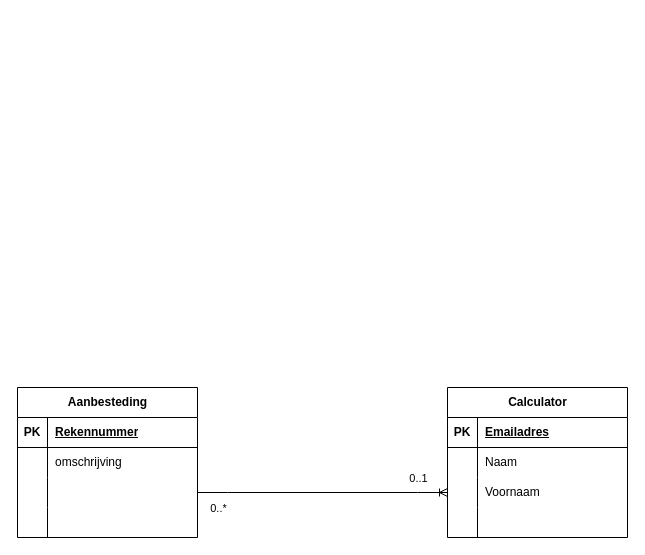
Earlier version of the draw.io diagram DatabaseAanbesteding.drawio (BartBroux/BartBroux). Source tidied: cells renumbered, new cells numbered last; positions are measured from the earlier drawing's top-left corner, leaving out a move shared by most shapes. Both pictures are drawn from the tidied source at 100%, with x=0, y=0 at pixel (17, 387).
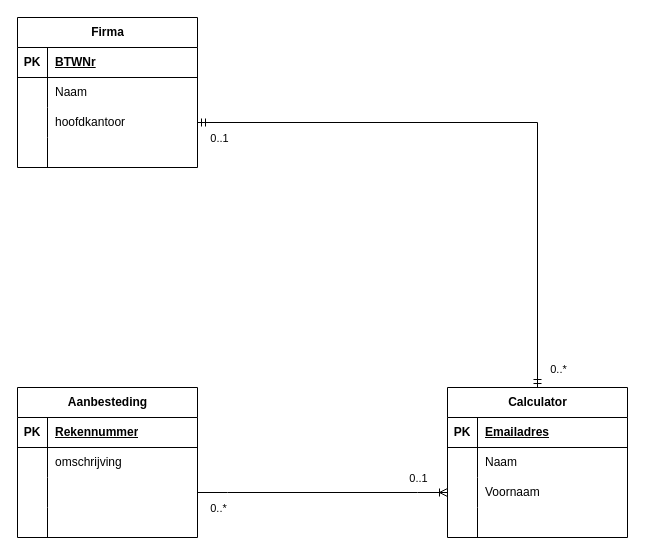
After the change.

Unchanged cells that the change refers to:
```xml
<mxCell id="15" value="Calculator" style="shape=table;startSize=30;childLayout=tableLayout;rowLines=0;fontStyle=1;align=center;html=1;" parent="1" vertex="1">
  <mxGeometry x="430" width="180" height="150" as="geometry" />
</mxCell>
```

Change to the diagram source:
```diff
@@
+    <mxCell id="31" value="Firma" style="shape=table;startSize=30;childLayout=tableLayout;rowLines=0;fontStyle=1;align=center;html=1;" parent="1" vertex="1">
+      <mxGeometry y="-370" width="180" height="150" as="geometry" />
+    </mxCell>
+    <mxCell id="32" style="shape=tableRow;horizontal=0;startSize=0;swimlaneHead=0;swimlaneBody=0;fillColor=none;top=0;left=0;right=0;bottom=1;" parent="31" vertex="1">
+      <mxGeometry y="30" width="180" height="30" as="geometry" />
+    </mxCell>
+    <mxCell id="33" value="PK" style="shape=partialRectangle;fillColor=none;top=0;left=0;bottom=0;right=0;fontStyle=1;overflow=hidden;whiteSpace=wrap;html=1;" parent="32" vertex="1">
+      <mxGeometry width="30" height="30" as="geometry" />
+    </mxCell>
+    <mxCell id="34" value="BTWNr" style="shape=partialRectangle;fillColor=none;top=0;left=0;bottom=0;right=0;align=left;spacingLeft=6;fontStyle=5;overflow=hidden;whiteSpace=wrap;html=1;" parent="32" vertex="1">
+      <mxGeometry x="30" width="150" height="30" as="geometry" />
+    </mxCell>
+    <mxCell id="35" style="shape=tableRow;horizontal=0;startSize=0;swimlaneHead=0;swimlaneBody=0;fillColor=none;top=0;left=0;right=0;bottom=0;" parent="31" vertex="1">
+      <mxGeometry y="60" width="180" height="30" as="geometry" />
+    </mxCell>
+    <mxCell id="36" style="shape=partialRectangle;fillColor=none;top=0;left=0;bottom=0;right=0;overflow=hidden;whiteSpace=wrap;html=1;" parent="35" vertex="1">
+      <mxGeometry width="30" height="30" as="geometry" />
+    </mxCell>
+    <mxCell id="37" value="Naam" style="shape=partialRectangle;fillColor=none;top=0;left=0;bottom=0;right=0;align=left;spacingLeft=6;overflow=hidden;whiteSpace=wrap;html=1;" parent="35" vertex="1">
+      <mxGeometry x="30" width="150" height="30" as="geometry" />
+    </mxCell>
+    <mxCell id="38" style="shape=tableRow;horizontal=0;startSize=0;swimlaneHead=0;swimlaneBody=0;fillColor=none;points=[[0,0.5],[1,0.5]];portConstraint=eastwest;top=0;left=0;right=0;bottom=0;" parent="31" vertex="1">
+      <mxGeometry y="90" width="180" height="30" as="geometry" />
+    </mxCell>
+    <mxCell id="39" style="shape=partialRectangle;fillColor=none;top=0;left=0;bottom=0;right=0;overflow=hidden;whiteSpace=wrap;html=1;" parent="38" vertex="1">
+      <mxGeometry width="30" height="30" as="geometry" />
+    </mxCell>
+    <mxCell id="40" value="hoofdkantoor" style="shape=partialRectangle;fillColor=none;top=0;left=0;bottom=0;right=0;align=left;spacingLeft=6;overflow=hidden;whiteSpace=wrap;html=1;" parent="38" vertex="1">
+      <mxGeometry x="30" width="150" height="30" as="geometry" />
+    </mxCell>
+    <mxCell id="41" style="shape=tableRow;horizontal=0;startSize=0;swimlaneHead=0;swimlaneBody=0;fillColor=none;top=0;left=0;right=0;bottom=0;" parent="31" vertex="1">
+      <mxGeometry y="120" width="180" height="30" as="geometry" />
+    </mxCell>
+    <mxCell id="42" style="shape=partialRectangle;fillColor=none;top=0;left=0;bottom=0;right=0;overflow=hidden;whiteSpace=wrap;html=1;" parent="41" vertex="1">
+      <mxGeometry width="30" height="30" as="geometry" />
+    </mxCell>
+    <mxCell id="43" style="shape=partialRectangle;fillColor=none;top=0;left=0;bottom=0;right=0;align=left;spacingLeft=6;overflow=hidden;whiteSpace=wrap;html=1;" parent="41" vertex="1">
+      <mxGeometry x="30" width="150" height="30" as="geometry" />
+    </mxCell>
+    <mxCell id="44" style="edgeStyle=orthogonalEdgeStyle;fontSize=12;html=1;endArrow=ERmandOne;startArrow=ERmandOne;rounded=0;exitX=0.5;exitY=0;exitDx=0;exitDy=0;entryX=1;entryY=0.5;entryDx=0;entryDy=0;" parent="1" edge="1" source="15" target="38">
+      <mxGeometry relative="1" as="geometry" />
+    </mxCell>
+    <mxCell id="45" value="0..*" style="edgeLabel;html=1;align=center;verticalAlign=middle;" parent="44" vertex="1">
+      <mxGeometry x="-0.91" y="-1" relative="1" as="geometry">
+        <mxPoint x="19" y="8" as="offset" />
+      </mxGeometry>
+    </mxCell>
+    <mxCell id="46" value="0..1" style="edgeLabel;html=1;align=center;verticalAlign=middle;" parent="44" vertex="1">
+      <mxGeometry x="0.9" y="3" relative="1" as="geometry">
+        <mxPoint x="-9" y="12" as="offset" />
+      </mxGeometry>
+    </mxCell>
```
